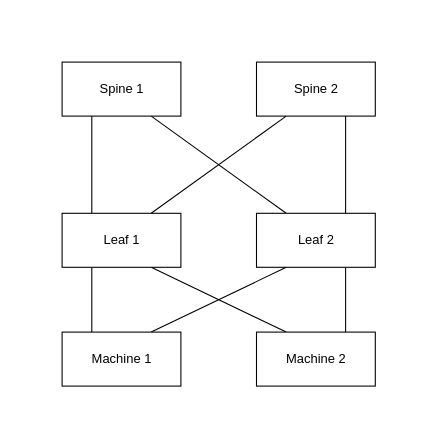
Above: docs/docs/05-Concepts/03-Network/3-layer-leaf-spine.drawio in metal-stack/website (draw.io), before the change. Source tidied: cells renumbered, new cells numbered last; positions are measured from the earlier drawing's top-left corner, leaving out a move shared by most shapes. Both pictures are drawn from the tidied source at 108%, with x=0, y=0 at pixel (62, 62).
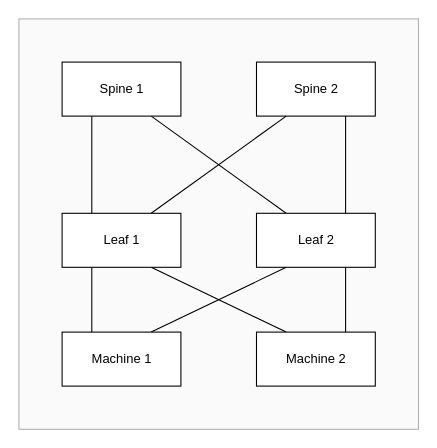
The same diagram, later.

What changed in the source:
```diff
@@
 <mxGraphModel>
   <root>
     <mxCell id="0" />
     <mxCell id="1" parent="0" />
+    <mxCell id="16" style="rounded=0;whiteSpace=wrap;html=1;sketch=0;fontSize=20;fontColor=#333333;fillColor=#f5f5f5;opacity=50;strokeColor=#666666;" parent="1" vertex="1">
+      <mxGeometry x="-40" y="-40" width="370" height="380" as="geometry" />
+    </mxCell>
     <mxCell id="2" style="edgeStyle=orthogonalEdgeStyle;rounded=0;jettySize=auto;html=1;exitX=0.25;exitY=1;exitDx=0;exitDy=0;entryX=0.25;entryY=0;entryDx=0;entryDy=0;endArrow=none;endFill=0;" parent="1" edge="1" source="4" target="11">
       <mxGeometry relative="1" as="geometry" />
     </mxCell>
     <mxCell id="3" style="rounded=0;jettySize=auto;html=1;exitX=0.75;exitY=1;exitDx=0;exitDy=0;entryX=0.25;entryY=0;entryDx=0;entryDy=0;endArrow=none;endFill=0;" parent="1" edge="1" source="4" target="7">
       <mxGeometry relative="1" as="geometry" />
     </mxCell>
     <mxCell id="4" value="Spine 1" style="html=1;" parent="1" vertex="1">
       <mxGeometry width="110" height="50" as="geometry" />
     </mxCell>
     <mxCell id="5" value="Spine 2" style="html=1;" parent="1" vertex="1">
       <mxGeometry x="180" width="110" height="50" as="geometry" />
     </mxCell>
     <mxCell id="6" style="edgeStyle=orthogonalEdgeStyle;rounded=0;jettySize=auto;html=1;exitX=0.75;exitY=1;exitDx=0;exitDy=0;entryX=0.75;entryY=0;entryDx=0;entryDy=0;endArrow=none;endFill=0;" parent="1" edge="1" source="7" target="13">
       <mxGeometry relative="1" as="geometry" />
     </mxCell>
     <mxCell id="7" value="Leaf 2" style="html=1;" parent="1" vertex="1">
       <mxGeometry x="180" y="140" width="110" height="50" as="geometry" />
     </mxCell>
     <mxCell id="8" style="edgeStyle=none;rounded=0;jettySize=auto;html=1;exitX=0.75;exitY=0;exitDx=0;exitDy=0;entryX=0.25;entryY=1;entryDx=0;entryDy=0;endArrow=none;endFill=0;" parent="1" edge="1" source="11" target="5">
       <mxGeometry relative="1" as="geometry" />
     </mxCell>
     <mxCell id="9" style="edgeStyle=orthogonalEdgeStyle;rounded=0;jettySize=auto;html=1;exitX=0.25;exitY=1;exitDx=0;exitDy=0;entryX=0.25;entryY=0;entryDx=0;entryDy=0;endArrow=none;endFill=0;" parent="1" edge="1" source="11" target="15">
       <mxGeometry relative="1" as="geometry" />
     </mxCell>
     <mxCell id="10" style="rounded=0;jettySize=auto;html=1;exitX=0.75;exitY=1;exitDx=0;exitDy=0;entryX=0.25;entryY=0;entryDx=0;entryDy=0;endArrow=none;endFill=0;" parent="1" edge="1" source="11" target="13">
       <mxGeometry relative="1" as="geometry" />
     </mxCell>
     <mxCell id="11" value="Leaf 1" style="html=1;" parent="1" vertex="1">
       <mxGeometry y="140" width="110" height="50" as="geometry" />
     </mxCell>
     <mxCell id="12" style="edgeStyle=orthogonalEdgeStyle;rounded=0;jettySize=auto;html=1;exitX=0.75;exitY=1;exitDx=0;exitDy=0;entryX=0.75;entryY=0;entryDx=0;entryDy=0;endArrow=none;endFill=0;" parent="1" edge="1" source="5" target="7">
       <mxGeometry relative="1" as="geometry" />
     </mxCell>
     <mxCell id="13" value="Machine 2" style="html=1;" parent="1" vertex="1">
       <mxGeometry x="180" y="250" width="110" height="50" as="geometry" />
     </mxCell>
     <mxCell id="14" style="edgeStyle=none;rounded=0;jettySize=auto;html=1;exitX=0.75;exitY=0;exitDx=0;exitDy=0;entryX=0.25;entryY=1;entryDx=0;entryDy=0;endArrow=none;endFill=0;" parent="1" edge="1" source="15" target="7">
       <mxGeometry relative="1" as="geometry" />
     </mxCell>
     <mxCell id="15" value="Machine 1" style="html=1;" parent="1" vertex="1">
       <mxGeometry y="250" width="110" height="50" as="geometry" />
     </mxCell>
   </root>
 </mxGraphModel>
```
